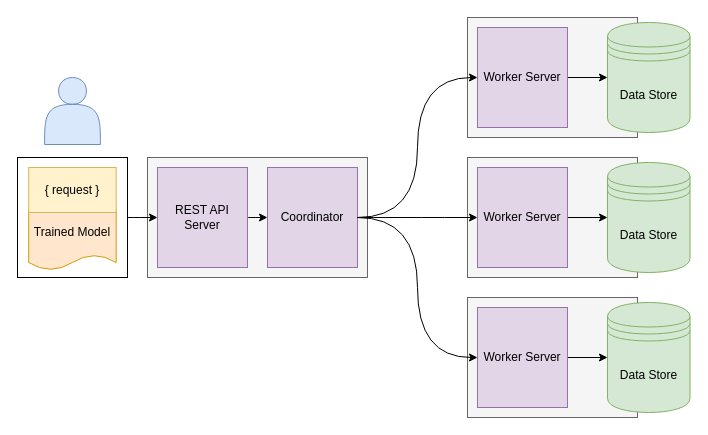
Before: PaperArchitecture.drawio in Project-Sustain/validation-service, a draw.io diagram. Source tidied: cells renumbered, new cells numbered last; positions are measured from the earlier drawing's top-left corner, leaving out a move shared by most shapes. Both pictures are drawn from the tidied source at 100%, with x=0, y=0 at pixel (17, 17).
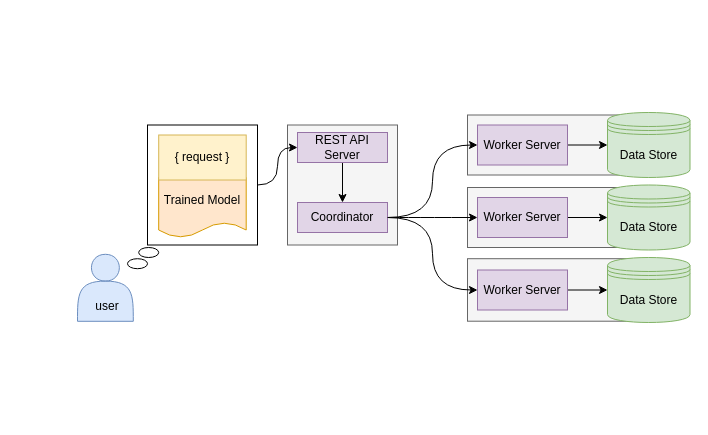
Above is the later version.

Diff of the diagram source:
```diff
@@
+    <mxCell id="7" style="rounded=0;whiteSpace=wrap;html=1;labelBackgroundColor=none;fontColor=#333333;strokeColor=#666666;fillColor=#f5f5f5;" parent="1" vertex="1">
+      <mxGeometry x="450" y="97.5" width="170" height="60" as="geometry" />
+    </mxCell>
+    <mxCell id="26" style="rounded=0;whiteSpace=wrap;html=1;labelBackgroundColor=none;fontColor=#333333;strokeColor=#666666;fillColor=#f5f5f5;" parent="1" vertex="1">
+      <mxGeometry x="450" y="170" width="170" height="60" as="geometry" />
+    </mxCell>
     <mxCell id="2" style="rounded=0;whiteSpace=wrap;html=1;fillColor=none;" parent="1" vertex="1">
-      <mxGeometry y="140" width="110" height="120" as="geometry" />
+      <mxGeometry x="130" y="107.5" width="110" height="120" as="geometry" />
     </mxCell>
     <mxCell id="3" style="rounded=0;whiteSpace=wrap;html=1;labelBackgroundColor=none;fontColor=#333333;strokeColor=#666666;fillColor=#f5f5f5;" parent="1" vertex="1">
-      <mxGeometry x="130" y="140" width="220" height="120" as="geometry" />
+      <mxGeometry x="270" y="107.5" width="110" height="120" as="geometry" />
     </mxCell>
-    <mxCell id="4" style="edgeStyle=orthogonalEdgeStyle;curved=1;rounded=0;jettySize=auto;html=1;exitX=1;exitY=0.5;exitDx=0;exitDy=0;entryX=0;entryY=0.5;entryDx=0;entryDy=0;" parent="1" edge="1" source="5" target="6">
+    <mxCell id="4" style="edgeStyle=none;rounded=0;jettySize=auto;html=1;exitX=0.5;exitY=1;exitDx=0;exitDy=0;entryX=0.5;entryY=0;entryDx=0;entryDy=0;endArrow=classic;endFill=1;" parent="1" edge="1" source="5" target="6">
       <mxGeometry relative="1" as="geometry" />
     </mxCell>
     <mxCell id="5" value="REST API Server" style="rounded=0;whiteSpace=wrap;html=1;fillColor=#e1d5e7;strokeColor=#9673a6;" parent="1" vertex="1">
-      <mxGeometry x="140" y="150" width="90" height="100" as="geometry" />
+      <mxGeometry x="280" y="115" width="90" height="30" as="geometry" />
     </mxCell>
+    <mxCell id="24" style="edgeStyle=orthogonalEdgeStyle;rounded=0;jettySize=auto;html=1;exitX=1;exitY=0.5;exitDx=0;exitDy=0;entryX=0;entryY=0.5;entryDx=0;entryDy=0;endArrow=classic;endFill=1;curved=1;" parent="1" edge="1" source="6" target="9">
+      <mxGeometry relative="1" as="geometry" />
+    </mxCell>
+    <mxCell id="27" style="edgeStyle=orthogonalEdgeStyle;rounded=0;jettySize=auto;html=1;exitX=1;exitY=0.5;exitDx=0;exitDy=0;entryX=0;entryY=0.5;entryDx=0;entryDy=0;endArrow=classic;endFill=1;curved=1;" parent="1" edge="1" source="6" target="29">
+      <mxGeometry relative="1" as="geometry" />
+    </mxCell>
     <mxCell id="6" value="Coordinator" style="rounded=0;whiteSpace=wrap;html=1;fillColor=#e1d5e7;strokeColor=#9673a6;" parent="1" vertex="1">
-      <mxGeometry x="250" y="150" width="90" height="100" as="geometry" />
+      <mxGeometry x="280" y="185" width="90" height="30" as="geometry" />
     </mxCell>
-    <mxCell id="7" style="rounded=0;whiteSpace=wrap;html=1;labelBackgroundColor=none;fontColor=#333333;strokeColor=#666666;fillColor=#f5f5f5;" parent="1" vertex="1">
-      <mxGeometry x="450" width="170" height="120" as="geometry" />
-    </mxCell>
@@
     <mxCell id="9" value="Worker Server" style="rounded=0;whiteSpace=wrap;html=1;fillColor=#e1d5e7;strokeColor=#9673a6;" parent="1" vertex="1">
-      <mxGeometry x="460" y="10" width="90" height="100" as="geometry" />
+      <mxGeometry x="460" y="107.5" width="90" height="40" as="geometry" />
     </mxCell>
     <mxCell id="10" value="&lt;div style=&quot;text-align: left&quot;&gt;Data Store&lt;/div&gt;" style="shape=datastore;whiteSpace=wrap;html=1;labelBackgroundColor=none;strokeColor=#82b366;fillColor=#d5e8d4;" parent="1" vertex="1">
-      <mxGeometry x="590" y="5" width="82.5" height="110" as="geometry" />
+      <mxGeometry x="590" y="95" width="82.5" height="65" as="geometry" />
     </mxCell>
-    <mxCell id="11" style="rounded=0;whiteSpace=wrap;html=1;labelBackgroundColor=none;fontColor=#333333;strokeColor=#666666;fillColor=#f5f5f5;" parent="1" vertex="1">
-      <mxGeometry x="450" y="140" width="170" height="120" as="geometry" />
-    </mxCell>
-    <mxCell id="12" style="edgeStyle=none;rounded=0;jettySize=auto;html=1;exitX=1;exitY=0.5;exitDx=0;exitDy=0;entryX=0;entryY=0.5;entryDx=0;entryDy=0;" parent="1" edge="1" source="13" target="14">
-      <mxGeometry relative="1" as="geometry" />
-    </mxCell>
-    <mxCell id="13" value="Worker Server" style="rounded=0;whiteSpace=wrap;html=1;fillColor=#e1d5e7;strokeColor=#9673a6;" parent="1" vertex="1">
-      <mxGeometry x="460" y="150" width="90" height="100" as="geometry" />
-    </mxCell>
-    <mxCell id="14" value="&lt;div style=&quot;text-align: left&quot;&gt;Data Store&lt;/div&gt;" style="shape=datastore;whiteSpace=wrap;html=1;labelBackgroundColor=none;strokeColor=#82b366;fillColor=#d5e8d4;" parent="1" vertex="1">
-      <mxGeometry x="590" y="145" width="82.5" height="110" as="geometry" />
-    </mxCell>
-    <mxCell id="15" style="rounded=0;whiteSpace=wrap;html=1;labelBackgroundColor=none;fontColor=#333333;strokeColor=#666666;fillColor=#f5f5f5;" parent="1" vertex="1">
-      <mxGeometry x="450" y="280" width="170" height="120" as="geometry" />
-    </mxCell>
-    <mxCell id="16" style="edgeStyle=orthogonalEdgeStyle;rounded=0;jettySize=auto;html=1;exitX=1;exitY=0.5;exitDx=0;exitDy=0;entryX=0;entryY=0.5;entryDx=0;entryDy=0;" parent="1" edge="1" source="17" target="18">
-      <mxGeometry relative="1" as="geometry" />
-    </mxCell>
-    <mxCell id="17" value="Worker Server" style="rounded=0;whiteSpace=wrap;html=1;fillColor=#e1d5e7;strokeColor=#9673a6;" parent="1" vertex="1">
-      <mxGeometry x="460" y="290" width="90" height="100" as="geometry" />
-    </mxCell>
-    <mxCell id="18" value="&lt;div style=&quot;text-align: left&quot;&gt;Data Store&lt;/div&gt;" style="shape=datastore;whiteSpace=wrap;html=1;labelBackgroundColor=none;strokeColor=#82b366;fillColor=#d5e8d4;" parent="1" vertex="1">
-      <mxGeometry x="590" y="285" width="82.5" height="110" as="geometry" />
-    </mxCell>
     <mxCell id="19" style="shape=actor;whiteSpace=wrap;html=1;fillColor=#dae8fc;strokeColor=#6c8ebf;" parent="1" vertex="1">
-      <mxGeometry x="27.1" y="60" width="55.8" height="67" as="geometry" />
+      <mxGeometry x="60" y="236.8" width="55.8" height="67" as="geometry" />
     </mxCell>
     <mxCell id="20" value="Trained Model" style="shape=document;whiteSpace=wrap;html=1;boundedLbl=1;size=0.25;fillColor=#ffe6cc;strokeColor=#d79b00;" parent="1" vertex="1">
-      <mxGeometry x="11.2" y="192.5" width="87.5" height="60" as="geometry" />
+      <mxGeometry x="141.2" y="160" width="87.5" height="60" as="geometry" />
     </mxCell>
     <mxCell id="21" value="{ request }" style="rounded=0;whiteSpace=wrap;html=1;fillColor=#fff2cc;strokeColor=#d6b656;" parent="1" vertex="1">
-      <mxGeometry x="11.2" y="150" width="87.5" height="45" as="geometry" />
+      <mxGeometry x="141.2" y="117.5" width="87.5" height="45" as="geometry" />
     </mxCell>
-    <mxCell id="22" style="edgeStyle=orthogonalEdgeStyle;curved=1;rounded=0;jettySize=auto;html=1;exitX=1;exitY=0.5;exitDx=0;exitDy=0;entryX=0;entryY=0.5;entryDx=0;entryDy=0;" parent="1" edge="1" source="6" target="13">
-      <mxGeometry relative="1" as="geometry" />
-    </mxCell>
-    <mxCell id="23" style="edgeStyle=orthogonalEdgeStyle;curved=1;rounded=0;jettySize=auto;html=1;exitX=1;exitY=0.5;exitDx=0;exitDy=0;entryX=0;entryY=0.5;entryDx=0;entryDy=0;" parent="1" edge="1" source="6" target="17">
-      <mxGeometry relative="1" as="geometry" />
-    </mxCell>
-    <mxCell id="24" style="edgeStyle=orthogonalEdgeStyle;rounded=0;jettySize=auto;html=1;exitX=1;exitY=0.5;exitDx=0;exitDy=0;entryX=0;entryY=0.5;entryDx=0;entryDy=0;curved=1;" parent="1" edge="1" source="6" target="9">
-      <mxGeometry relative="1" as="geometry" />
-    </mxCell>
@@
+    <mxCell id="28" style="edgeStyle=orthogonalEdgeStyle;rounded=0;jettySize=auto;html=1;exitX=1;exitY=0.5;exitDx=0;exitDy=0;entryX=0;entryY=0.5;entryDx=0;entryDy=0;" parent="1" edge="1" source="29" target="30">
+      <mxGeometry relative="1" as="geometry" />
+    </mxCell>
+    <mxCell id="29" value="Worker Server" style="rounded=0;whiteSpace=wrap;html=1;fillColor=#e1d5e7;strokeColor=#9673a6;" parent="1" vertex="1">
+      <mxGeometry x="460" y="180" width="90" height="40" as="geometry" />
+    </mxCell>
+    <mxCell id="30" value="&lt;div style=&quot;text-align: left&quot;&gt;Data Store&lt;/div&gt;" style="shape=datastore;whiteSpace=wrap;html=1;labelBackgroundColor=none;strokeColor=#82b366;fillColor=#d5e8d4;" parent="1" vertex="1">
+      <mxGeometry x="590" y="167.5" width="82.5" height="65" as="geometry" />
+    </mxCell>
+    <mxCell id="31" style="rounded=0;whiteSpace=wrap;html=1;labelBackgroundColor=none;fontColor=#333333;strokeColor=#666666;fillColor=#f5f5f5;" parent="1" vertex="1">
+      <mxGeometry x="450" y="241.2" width="170" height="62.5" as="geometry" />
+    </mxCell>
+    <mxCell id="32" style="edgeStyle=orthogonalEdgeStyle;rounded=0;jettySize=auto;html=1;exitX=1;exitY=0.5;exitDx=0;exitDy=0;entryX=0;entryY=0.5;entryDx=0;entryDy=0;" parent="1" edge="1" source="33" target="34">
+      <mxGeometry relative="1" as="geometry" />
+    </mxCell>
+    <mxCell id="33" value="Worker Server" style="rounded=0;whiteSpace=wrap;html=1;fillColor=#e1d5e7;strokeColor=#9673a6;" parent="1" vertex="1">
+      <mxGeometry x="460" y="252.5" width="90" height="40" as="geometry" />
+    </mxCell>
+    <mxCell id="34" value="&lt;div style=&quot;text-align: left&quot;&gt;Data Store&lt;/div&gt;" style="shape=datastore;whiteSpace=wrap;html=1;labelBackgroundColor=none;strokeColor=#82b366;fillColor=#d5e8d4;" parent="1" vertex="1">
+      <mxGeometry x="590" y="240" width="82.5" height="65" as="geometry" />
+    </mxCell>
+    <mxCell id="35" style="edgeStyle=orthogonalEdgeStyle;curved=1;rounded=0;jettySize=auto;html=1;exitX=1;exitY=0.5;exitDx=0;exitDy=0;entryX=0;entryY=0.5;entryDx=0;entryDy=0;endArrow=classic;endFill=1;" parent="1" edge="1" source="6" target="33">
+      <mxGeometry relative="1" as="geometry" />
+    </mxCell>
+    <mxCell id="36" style="ellipse;whiteSpace=wrap;html=1;" parent="1" vertex="1">
+      <mxGeometry x="110" y="241.2" width="20" height="10" as="geometry" />
+    </mxCell>
+    <mxCell id="37" style="ellipse;whiteSpace=wrap;html=1;" parent="1" vertex="1">
+      <mxGeometry x="121.2" y="230" width="20" height="10" as="geometry" />
+    </mxCell>
+    <mxCell id="38" value="user" style="text;html=1;strokeColor=none;fillColor=none;align=center;verticalAlign=middle;whiteSpace=wrap;rounded=0;" parent="1" vertex="1">
+      <mxGeometry x="60" y="273.8" width="60" height="30" as="geometry" />
+    </mxCell>
```
